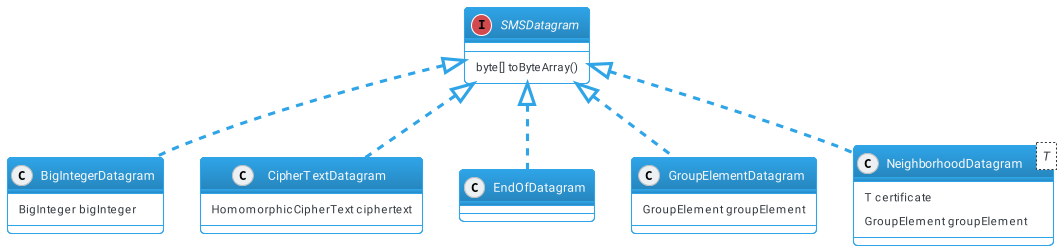
This is classes/dto.png from Oriolac/tfg, a PlantUML export, as it was before one commit.
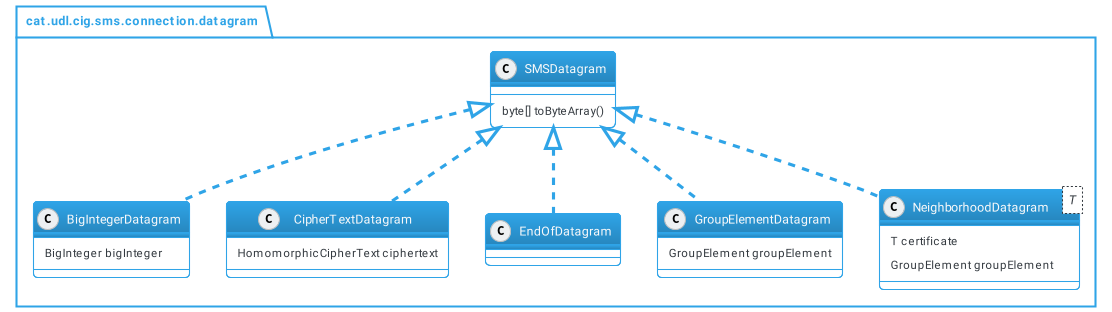
After the commit.

Diff of the diagram source:
```diff
@@ -2,11 +2,15 @@
 !include themes/puml-theme-cerulean-outline.puml
 skinparam backgroundColor #FFFFFF
 interface SMSDatagram
+namespace cat.udl.cig.sms.connection.datagram {
+
 class BigIntegerDatagram
 class CipherTextDatagram
 class EndOfDatagram
 class GroupElementDatagram
 class NeighborhoodDatagram<T>
+
+
 SMSDatagram <|.. BigIntegerDatagram
 SMSDatagram <|.. CipherTextDatagram
 SMSDatagram <|.. EndOfDatagram
@@ -18,4 +22,5 @@
 NeighborhoodDatagram : T certificate
 NeighborhoodDatagram : GroupElement groupElement
 SMSDatagram : byte[] toByteArray()
+}
 @enduml
```
